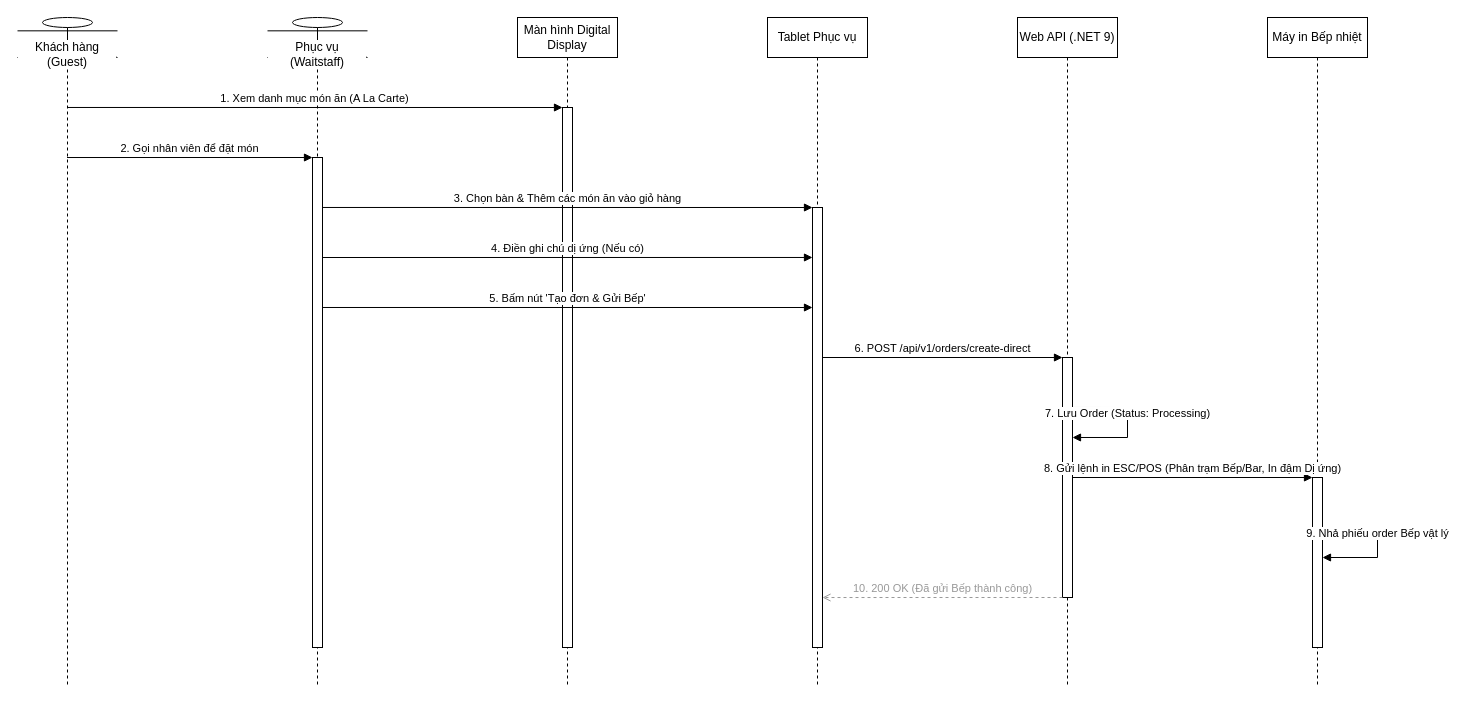
Earlier version of the draw.io diagram docs/phase1/drawio/sd02_waitstaff_ordering.drawio (AndrewQng/VinDining). Source tidied: cells renumbered, new cells numbered last; positions are measured from the earlier drawing's top-left corner, leaving out a move shared by most shapes. Both pictures are drawn from the tidied source at 100%, with x=0, y=0 at pixel (17, 17).
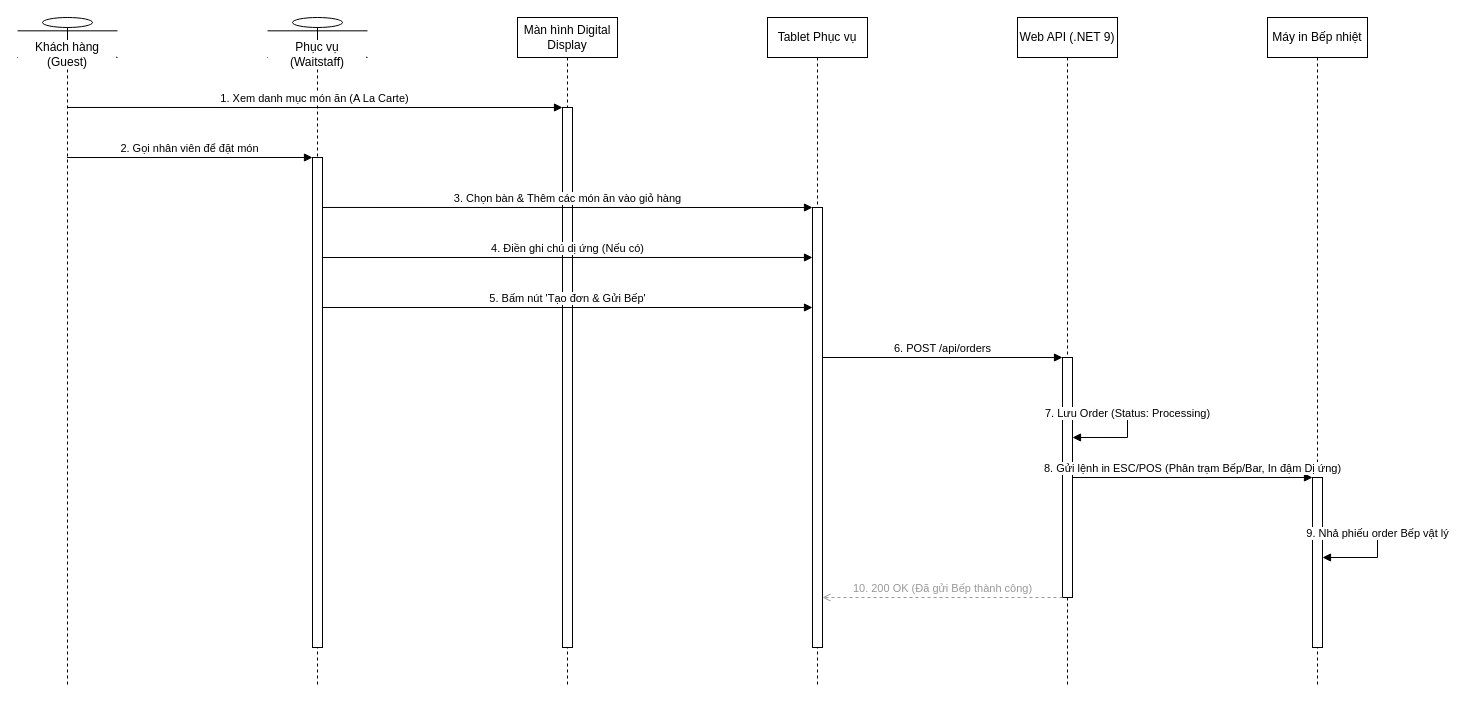
The same page after the edit.

The change refers to these unchanged cells:
```xml
<mxCell id="8" style="html=1;points=[];perimeter=orthogonalPerimeter;outlineConnect=0;fillColor=#ffffff;" parent="6" vertex="1">
  <mxGeometry x="45" y="340" width="10" height="240" as="geometry" />
</mxCell>
<mxCell id="11" style="html=1;points=[];perimeter=orthogonalPerimeter;outlineConnect=0;fillColor=#ffffff;" parent="5" vertex="1">
  <mxGeometry x="45" y="190" width="10" height="440" as="geometry" />
</mxCell>
```

Diff of the diagram source:
```diff
@@
-    <mxCell id="18" value="6. POST /api/v1/orders/create-direct" style="html=1;verticalAlign=bottom;endArrow=block;curved=0;rounded=0;exitX=1;exitY=0.3409;entryX=0;entryY=0.0;" parent="1" edge="1" source="11" target="8">
+    <mxCell id="18" value="6. POST /api/orders" style="html=1;verticalAlign=bottom;endArrow=block;curved=0;rounded=0;exitX=1;exitY=0.3409;entryX=0;entryY=0.0;" parent="1" edge="1" source="11" target="8">
       <mxGeometry relative="1" as="geometry" />
     </mxCell>
```
